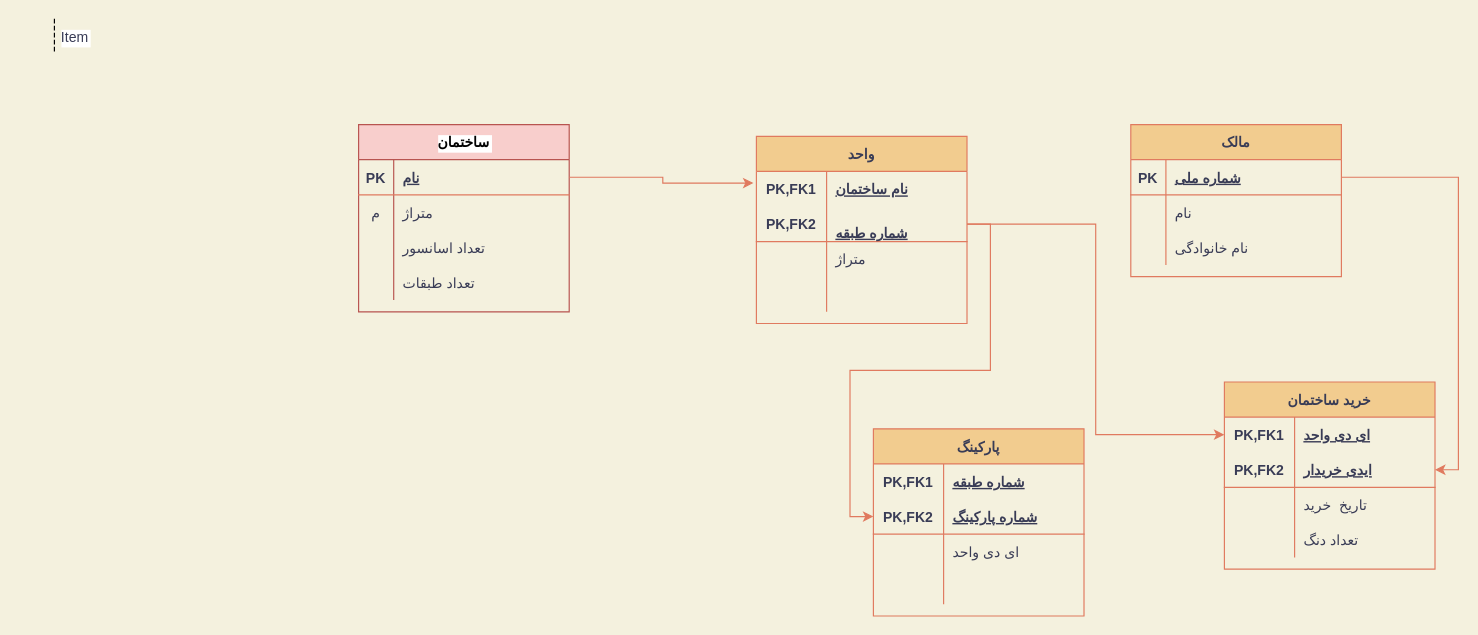
The draw.io diagram examm.drawio in Zoha-bigginer/z, before the edit. Source tidied: cells renumbered, new cells numbered last; positions are measured from the earlier drawing's top-left corner, leaving out a move shared by most shapes. Both pictures are drawn from the tidied source at 117%, with x=0, y=0 at pixel (19, 19).
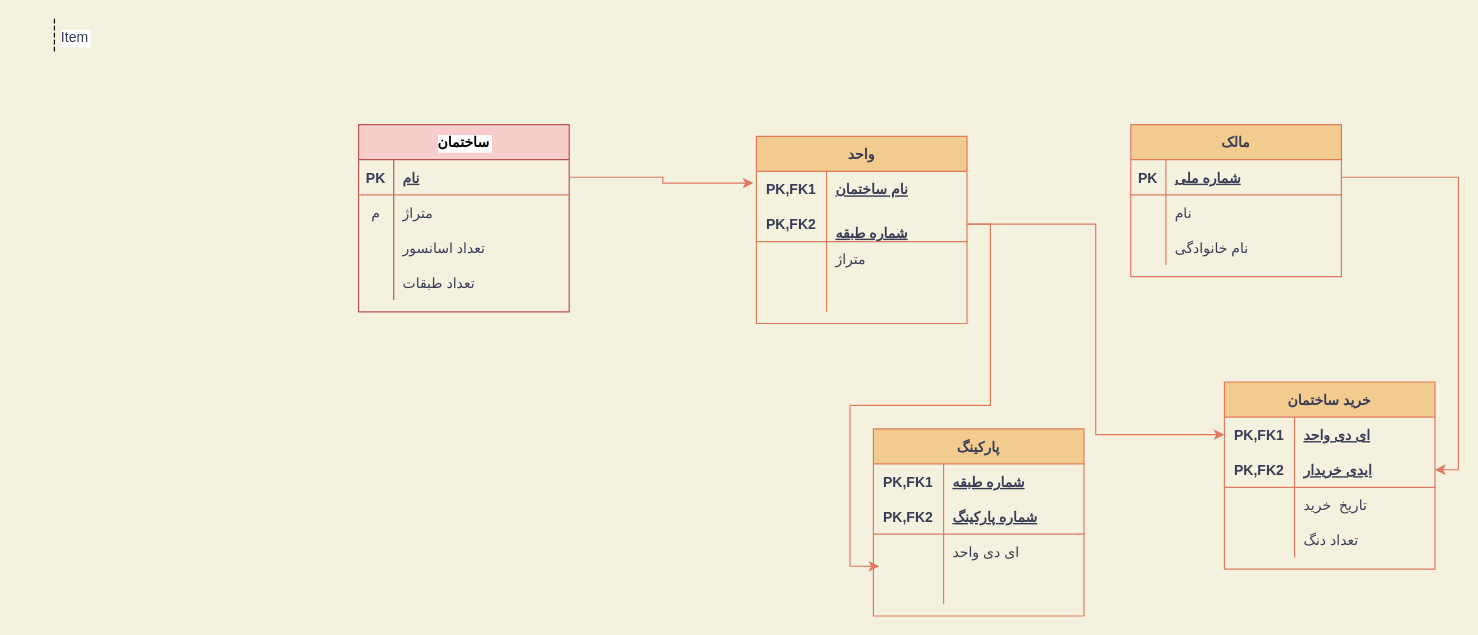
The same page after the edit.

The change refers to these unchanged cells:
```xml
<mxCell id="30" style="shape=partialRectangle;fillColor=none;top=0;left=0;bottom=1;right=0;points=[[0,0.5],[1,0.5]];portConstraint=eastwest;strokeColor=#E07A5F;fontColor=#393C56;" parent="26" vertex="1">
  <mxGeometry y="60" width="180" height="30" as="geometry" />
</mxCell>
<mxCell id="43" style="shape=partialRectangle;fillColor=none;top=0;left=0;bottom=1;right=0;points=[[0,0.5],[1,0.5]];portConstraint=eastwest;strokeColor=#E07A5F;fontColor=#393C56;" parent="39" vertex="1">
  <mxGeometry y="60" width="180" height="30" as="geometry" />
</mxCell>
<mxCell id="49" style="shape=partialRectangle;fillColor=none;top=0;left=0;bottom=0;right=0;points=[[0,0.5],[1,0.5]];portConstraint=eastwest;strokeColor=#E07A5F;fontColor=#393C56;" parent="39" vertex="1">
  <mxGeometry y="120" width="180" height="30" as="geometry" />
</mxCell>
```

Change to the diagram source:
```diff
@@
-    <mxCell id="52" style="edgeStyle=orthogonalEdgeStyle;rounded=0;jettySize=auto;html=1;exitX=1;exitY=0.5;exitDx=0;exitDy=0;entryX=0;entryY=0.5;entryDx=0;entryDy=0;labelBackgroundColor=#F4F1DE;strokeColor=#E07A5F;fontColor=#393C56;" parent="1" edge="1" source="30" target="43">
+    <mxCell id="52" style="edgeStyle=orthogonalEdgeStyle;rounded=0;jettySize=auto;html=1;exitX=1;exitY=0.5;exitDx=0;exitDy=0;entryX=0.028;entryY=-0.083;entryDx=0;entryDy=0;labelBackgroundColor=#F4F1DE;strokeColor=#E07A5F;fontColor=#393C56;entryPerimeter=0;" parent="1" edge="1" source="30" target="49">
       <mxGeometry relative="1" as="geometry" />
     </mxCell>
```
